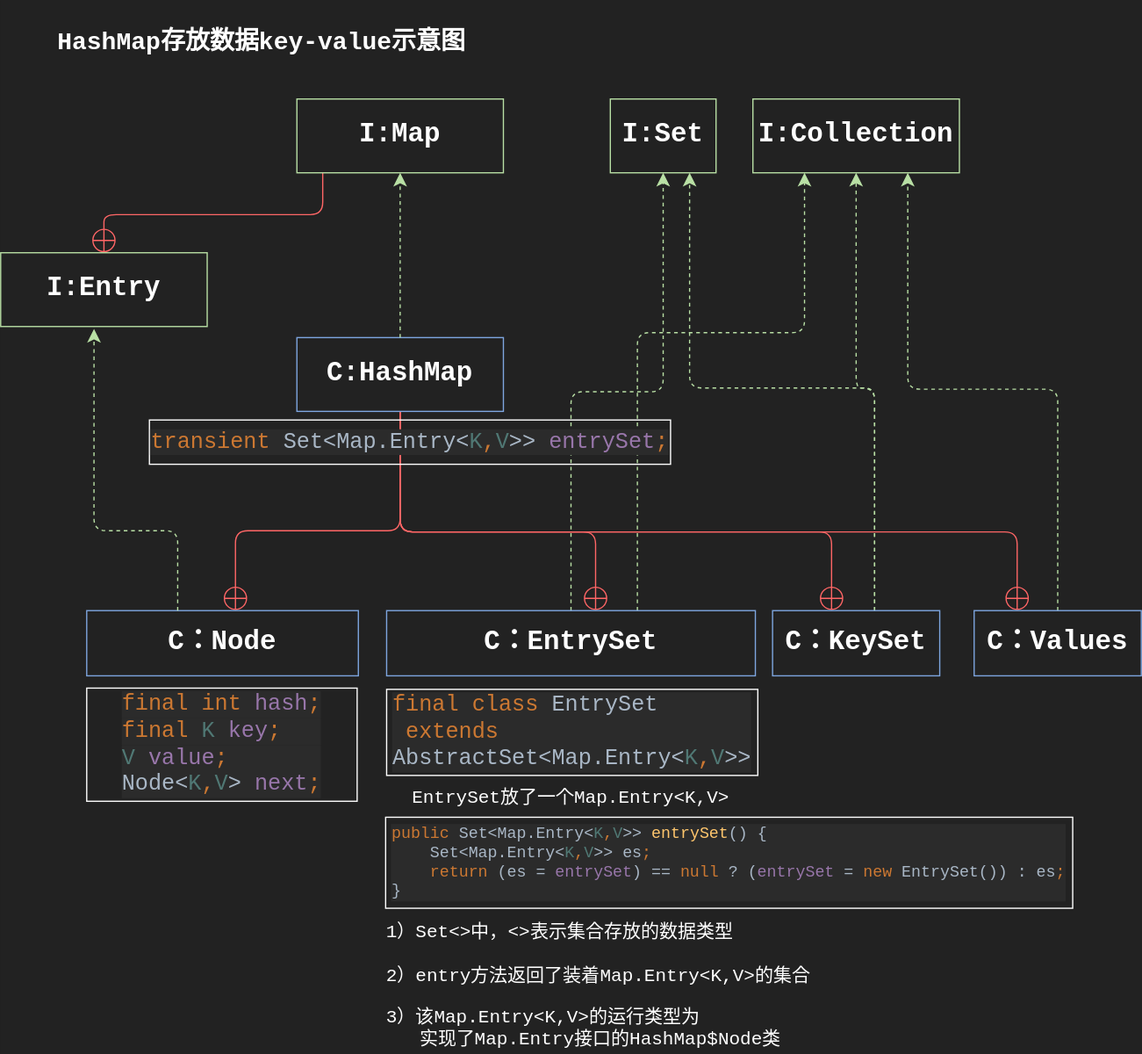
Stolorzs/Picgo keeps this draw.io diagram as drawio/MapInterface.svg. Above is the earlier version. Source tidied: cells renumbered, new cells last; positions are measured from the earlier drawing's top-left corner, leaving out a move shared by most shapes.
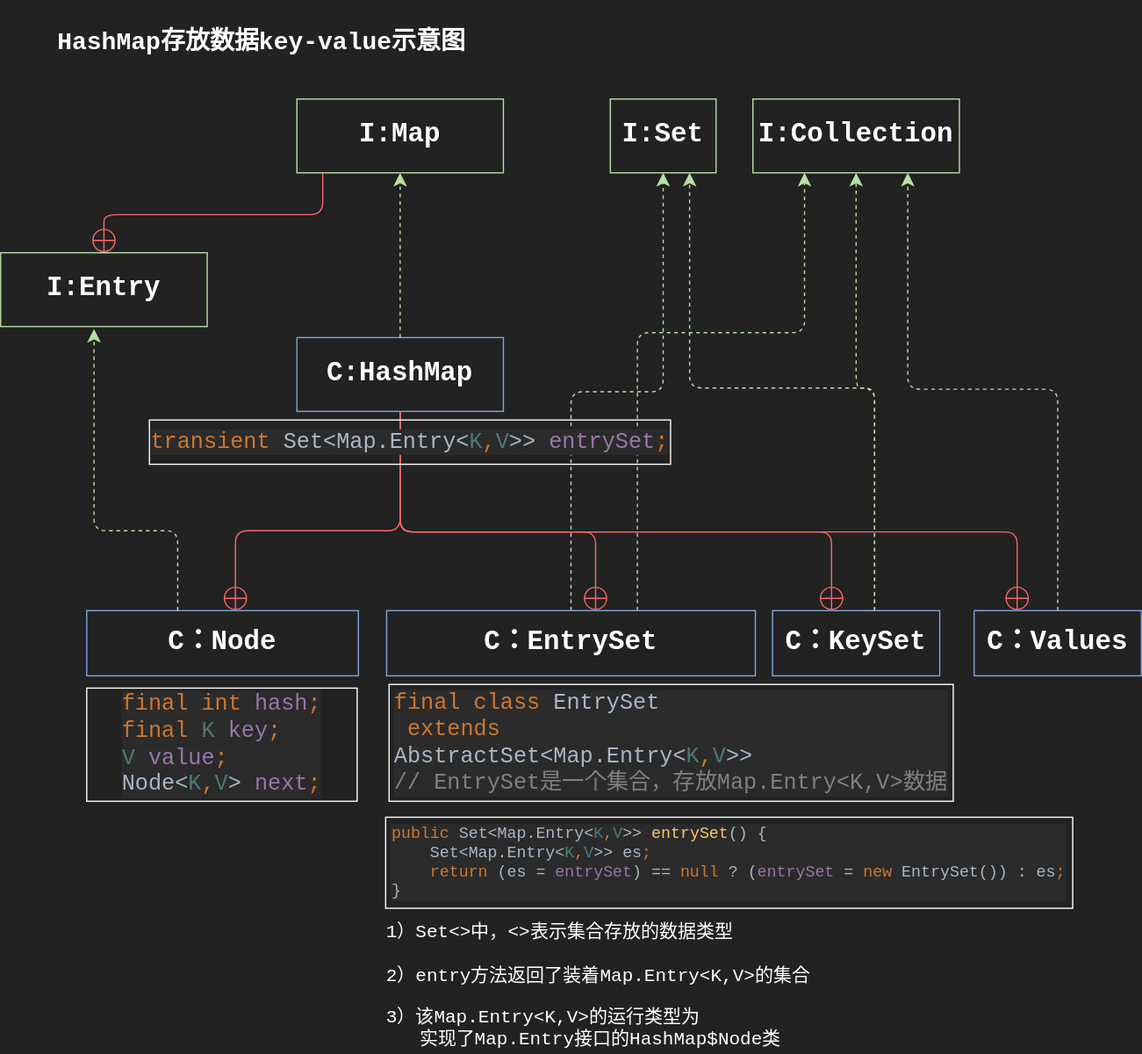
Later version of the same file.

Change to the diagram source:
```diff
@@ -124,12 +124,9 @@
     <mxCell id="25" value="&lt;div style=&quot;text-align: start; background-color: rgb(43, 43, 43); color: rgb(169, 183, 198); font-family: &amp;quot;JetBrains Mono&amp;quot;, monospace; white-space: pre; font-size: 18px;&quot;&gt;&lt;div style=&quot;&quot;&gt;&lt;span style=&quot;color: rgb(204, 120, 50);&quot;&gt;transient &lt;/span&gt;Set&amp;lt;Map.Entry&amp;lt;&lt;span style=&quot;color: rgb(80, 120, 116);&quot;&gt;K&lt;/span&gt;&lt;span style=&quot;color: rgb(204, 120, 50);&quot;&gt;,&lt;/span&gt;&lt;span style=&quot;color: rgb(80, 120, 116);&quot;&gt;V&lt;/span&gt;&amp;gt;&amp;gt; &lt;span style=&quot;color: rgb(152, 118, 170);&quot;&gt;entrySet&lt;/span&gt;&lt;span style=&quot;color: rgb(204, 120, 50);&quot;&gt;;&lt;/span&gt;&lt;/div&gt;&lt;/div&gt;" style="whiteSpace=wrap;html=1;fillColor=none;strokeColor=#FFFFFF;" parent="1" vertex="1">
       <mxGeometry x="121" y="341" width="424" height="36" as="geometry" />
     </mxCell>
-    <mxCell id="26" value="&lt;div style=&quot;text-align: start; background-color: rgb(43, 43, 43); color: rgb(169, 183, 198); font-family: &amp;quot;JetBrains Mono&amp;quot;, monospace; font-size: 18px; white-space: pre;&quot;&gt;&lt;div style=&quot;&quot;&gt;&lt;span style=&quot;color: rgb(204, 120, 50);&quot;&gt;final class &lt;/span&gt;EntrySet&lt;/div&gt;&lt;div style=&quot;&quot;&gt; &lt;span style=&quot;color: rgb(204, 120, 50);&quot;&gt;extends&amp;nbsp;&lt;/span&gt;&lt;/div&gt;&lt;div style=&quot;&quot;&gt;AbstractSet&amp;lt;Map.Entry&amp;lt;&lt;span style=&quot;color: rgb(80, 120, 116);&quot;&gt;K&lt;/span&gt;&lt;span style=&quot;color: rgb(204, 120, 50);&quot;&gt;,&lt;/span&gt;&lt;span style=&quot;color: rgb(80, 120, 116);&quot;&gt;V&lt;/span&gt;&amp;gt;&amp;gt;&lt;/div&gt;&lt;/div&gt;" style="whiteSpace=wrap;html=1;fillColor=none;strokeColor=#FFFFFF;" parent="1" vertex="1">
-      <mxGeometry x="314" y="560" width="302" height="70" as="geometry" />
+    <mxCell id="26" value="&lt;div style=&quot;text-align: start; background-color: rgb(43, 43, 43); color: rgb(169, 183, 198); font-family: &amp;quot;JetBrains Mono&amp;quot;, monospace; white-space: pre;&quot;&gt;&lt;div style=&quot;font-size: 18px;&quot;&gt;&lt;span style=&quot;color: rgb(204, 120, 50);&quot;&gt;final class &lt;/span&gt;EntrySet&lt;/div&gt;&lt;div style=&quot;font-size: 18px;&quot;&gt; &lt;span style=&quot;color: rgb(204, 120, 50);&quot;&gt;extends&amp;nbsp;&lt;/span&gt;&lt;/div&gt;&lt;div style=&quot;font-size: 18px;&quot;&gt;AbstractSet&amp;lt;Map.Entry&amp;lt;&lt;span style=&quot;color: rgb(80, 120, 116);&quot;&gt;K&lt;/span&gt;&lt;span style=&quot;color: rgb(204, 120, 50);&quot;&gt;,&lt;/span&gt;&lt;span style=&quot;color: rgb(80, 120, 116);&quot;&gt;V&lt;/span&gt;&amp;gt;&amp;gt;&lt;/div&gt;&lt;div&gt;&lt;div&gt;&lt;span style=&quot;color: rgb(128, 128, 128);&quot;&gt;&lt;font style=&quot;font-size: 18px;&quot;&gt;// EntrySet是一个集合，存放Map.Entry&amp;lt;K,V&amp;gt;数据&lt;/font&gt;&lt;/span&gt;&lt;/div&gt;&lt;/div&gt;&lt;/div&gt;" style="whiteSpace=wrap;html=1;fillColor=none;strokeColor=#FFFFFF;" parent="1" vertex="1">
+      <mxGeometry x="316" y="556" width="459" height="95" as="geometry" />
     </mxCell>
-    <mxCell id="27" value="&lt;font face=&quot;Courier New&quot; color=&quot;#ffffff&quot;&gt;&lt;span style=&quot;caret-color: rgb(255, 255, 255); font-size: 15px;&quot;&gt;EntrySet放了一个Map.Entry&amp;lt;K,V&amp;gt;&lt;/span&gt;&lt;/font&gt;" style="whiteSpace=wrap;html=1;fillColor=none;strokeColor=none;" parent="1" vertex="1">
-      <mxGeometry x="313.2" y="634" width="301.6" height="30" as="geometry" />
-    </mxCell>
     <mxCell id="28" value="&lt;div style=&quot;text-align: start; background-color: rgb(43, 43, 43); color: rgb(169, 183, 198); font-family: &amp;quot;JetBrains Mono&amp;quot;, monospace; white-space: pre; font-size: 18px;&quot;&gt;&lt;div style=&quot;font-size: 9.8pt;&quot;&gt;&lt;span style=&quot;color: rgb(204, 120, 50);&quot;&gt;public &lt;/span&gt;Set&amp;lt;Map.Entry&amp;lt;&lt;span style=&quot;color: rgb(80, 120, 116);&quot;&gt;K&lt;/span&gt;&lt;span style=&quot;color: rgb(204, 120, 50);&quot;&gt;,&lt;/span&gt;&lt;span style=&quot;color: rgb(80, 120, 116);&quot;&gt;V&lt;/span&gt;&amp;gt;&amp;gt; &lt;span style=&quot;color: rgb(255, 198, 109);&quot;&gt;entrySet&lt;/span&gt;() {&lt;br&gt;    Set&amp;lt;Map.Entry&amp;lt;&lt;span style=&quot;color: rgb(80, 120, 116);&quot;&gt;K&lt;/span&gt;&lt;span style=&quot;color: rgb(204, 120, 50);&quot;&gt;,&lt;/span&gt;&lt;span style=&quot;color: rgb(80, 120, 116);&quot;&gt;V&lt;/span&gt;&amp;gt;&amp;gt; es&lt;span style=&quot;color: rgb(204, 120, 50);&quot;&gt;;&lt;br&gt;&lt;/span&gt;&lt;span style=&quot;color: rgb(204, 120, 50);&quot;&gt;    return &lt;/span&gt;(es = &lt;span style=&quot;color: rgb(152, 118, 170);&quot;&gt;entrySet&lt;/span&gt;) == &lt;span style=&quot;color: rgb(204, 120, 50);&quot;&gt;null &lt;/span&gt;? (&lt;span style=&quot;color: rgb(152, 118, 170);&quot;&gt;entrySet &lt;/span&gt;= &lt;span style=&quot;color: rgb(204, 120, 50);&quot;&gt;new &lt;/span&gt;EntrySet()) : es&lt;span style=&quot;color: rgb(204, 120, 50);&quot;&gt;;&lt;br&gt;&lt;/span&gt;}&lt;/div&gt;&lt;/div&gt;" style="whiteSpace=wrap;html=1;fillColor=none;strokeColor=#FFFFFF;" parent="1" vertex="1">
       <mxGeometry x="313.2" y="664" width="559" height="74" as="geometry" />
     </mxCell>
```
